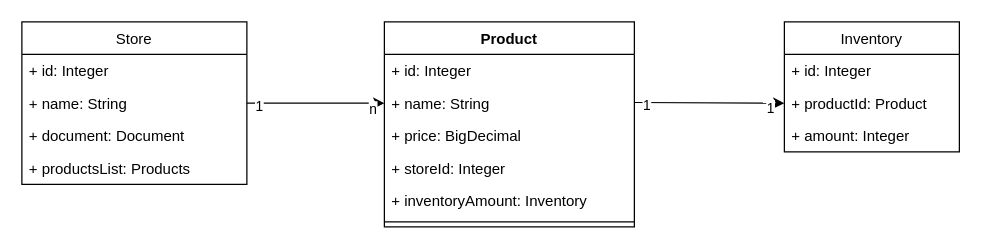
Above: uml-diagram/csv-loader-class-diagram.drawio in LeoManzini/CsvLoader (draw.io), before the change. Source tidied: cells renumbered, new cells numbered last; positions are measured from the earlier drawing's top-left corner, leaving out a move shared by most shapes. Both pictures are drawn from the tidied source at 125%, with x=0, y=0 at pixel (21, 21).
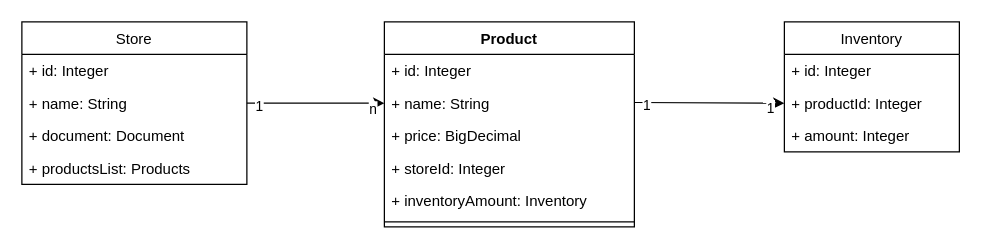
The same page after the edit.

Commit message (it also covers changes not shown here):
Modifying the entity draw

Unchanged cells that the change refers to:
```xml
<mxCell id="9" value="Inventory" style="swimlane;fontStyle=0;horizontal=1;startSize=26;fillColor=none;" parent="1" vertex="1">
  <mxGeometry x="610" width="140" height="104" as="geometry" />
</mxCell>
```

The edit, as a diff of the source:
```diff
@@
-    <mxCell id="11" value="+ productId: Product" style="text;strokeColor=none;fillColor=none;align=left;verticalAlign=top;spacingLeft=4;spacingRight=4;overflow=hidden;points=[[0,0.5],[1,0.5]];portConstraint=eastwest;" parent="9" vertex="1">
+    <mxCell id="11" value="+ productId: Integer" style="text;strokeColor=none;fillColor=none;align=left;verticalAlign=top;spacingLeft=4;spacingRight=4;overflow=hidden;points=[[0,0.5],[1,0.5]];portConstraint=eastwest;" parent="9" vertex="1">
       <mxGeometry y="52" width="140" height="26" as="geometry" />
     </mxCell>
```
